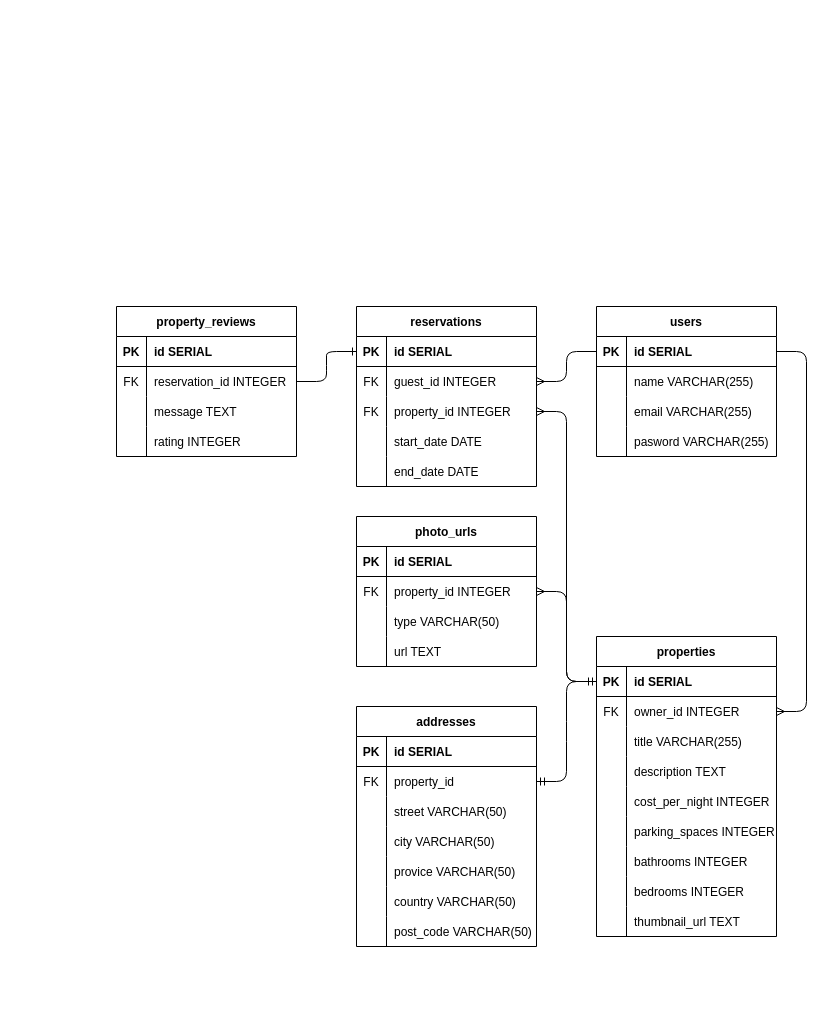
Before: lightBnB.drawio in Puzzlebottom/LightBnB, a draw.io diagram. Source tidied: cells renumbered, new cells numbered last; positions are measured from the earlier drawing's top-left corner, leaving out a move shared by most shapes. Both pictures are drawn from the tidied source at 100%, with x=0, y=0 at pixel (116, 306).
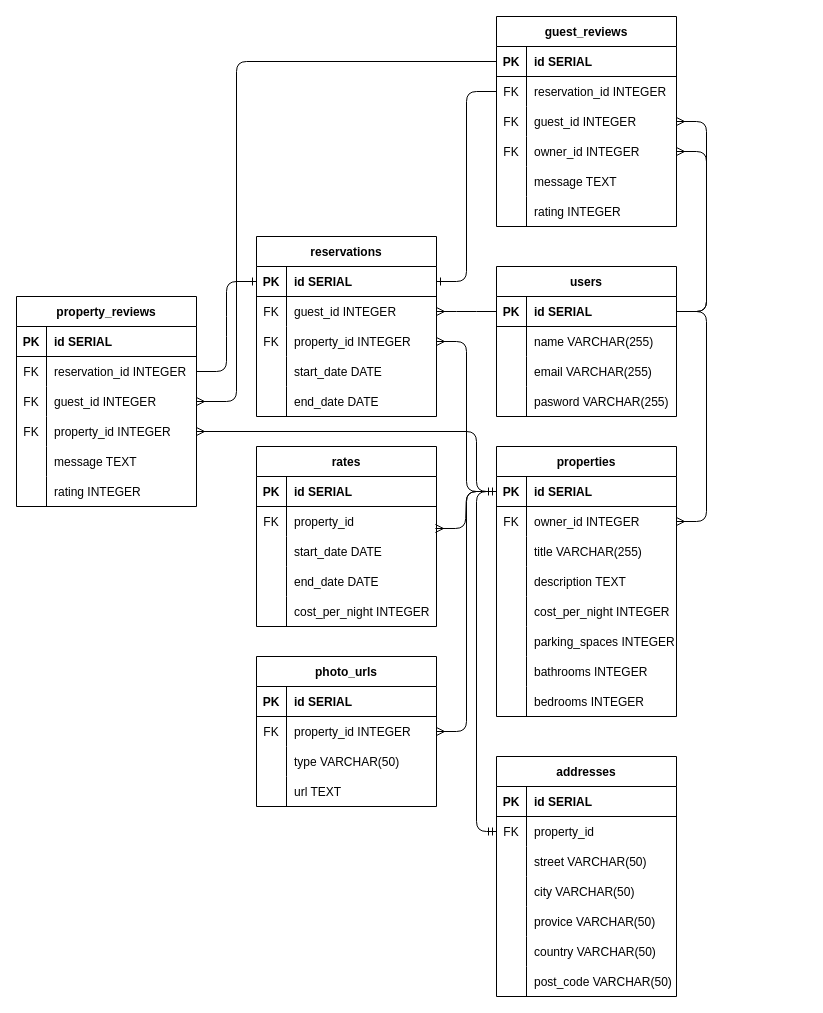
After the change.

The change refers to these unchanged cells:
```xml
<mxCell id="3" style="shape=tableRow;horizontal=0;startSize=0;swimlaneHead=0;swimlaneBody=0;fillColor=none;points=[[0,0.5],[1,0.5]];portConstraint=eastwest;top=0;left=0;right=0;bottom=1;" parent="2" vertex="1">
  <mxGeometry y="30" width="180" height="30" as="geometry" />
</mxCell>
<mxCell id="16" style="shape=tableRow;horizontal=0;startSize=0;swimlaneHead=0;swimlaneBody=0;fillColor=none;points=[[0,0.5],[1,0.5]];portConstraint=eastwest;top=0;left=0;right=0;bottom=1;" parent="15" vertex="1">
  <mxGeometry y="30" width="180" height="30" as="geometry" />
</mxCell>
<mxCell id="32" style="shape=tableRow;horizontal=0;startSize=0;swimlaneHead=0;swimlaneBody=0;fillColor=none;points=[[0,0.5],[1,0.5]];portConstraint=eastwest;top=0;left=0;right=0;bottom=1;" parent="31" vertex="1">
  <mxGeometry y="30" width="180" height="30" as="geometry" />
</mxCell>
<mxCell id="89" style="shape=tableRow;horizontal=0;startSize=0;swimlaneHead=0;swimlaneBody=0;fillColor=none;points=[[0,0.5],[1,0.5]];portConstraint=eastwest;top=0;left=0;right=0;bottom=0;strokeColor=default;" parent="85" vertex="1">
  <mxGeometry y="60" width="180" height="30" as="geometry" />
</mxCell>
```

Diff of the diagram source:
```diff
@@
     <mxCell id="2" value="users" style="shape=table;startSize=30;childLayout=tableLayout;rowLines=0;fontStyle=1;align=center;" parent="1" vertex="1">
-      <mxGeometry x="480" width="180" height="150" as="geometry" />
+      <mxGeometry x="380" y="-40" width="180" height="150" as="geometry" />
     </mxCell>
@@
     <mxCell id="15" value="reservations" style="shape=table;startSize=30;childLayout=tableLayout;rowLines=0;fontStyle=1;align=center;" parent="1" vertex="1">
-      <mxGeometry x="240" width="180" height="180" as="geometry" />
+      <mxGeometry x="140" y="-70" width="180" height="180" as="geometry" />
     </mxCell>
@@
     <mxCell id="31" value="properties" style="shape=table;startSize=30;childLayout=tableLayout;rowLines=0;fontStyle=1;align=center;" parent="1" vertex="1">
-      <mxGeometry x="480" y="330" width="180" height="300" as="geometry" />
+      <mxGeometry x="380" y="140" width="180" height="270" as="geometry" />
     </mxCell>
@@
-    <mxCell id="44" style="shape=tableRow;horizontal=0;startSize=0;swimlaneHead=0;swimlaneBody=0;fillColor=none;top=0;left=0;right=0;bottom=0;" parent="31" vertex="1">
-      <mxGeometry y="150" width="180" height="30" as="geometry" />
-    </mxCell>
-    <mxCell id="45" style="shape=partialRectangle;fillColor=none;top=0;left=0;bottom=0;right=0;overflow=hidden;" parent="44" vertex="1">
-      <mxGeometry width="30" height="30" as="geometry" />
-    </mxCell>
-    <mxCell id="46" value="cost_per_night INTEGER" style="shape=partialRectangle;fillColor=none;top=0;left=0;bottom=0;right=0;align=left;spacingLeft=6;overflow=hidden;" parent="44" vertex="1">
-      <mxGeometry x="30" width="150" height="30" as="geometry" />
-    </mxCell>
+    <mxCell id="113" style="shape=tableRow;horizontal=0;startSize=0;swimlaneHead=0;swimlaneBody=0;fillColor=none;top=0;left=0;right=0;bottom=0;" parent="31" vertex="1">
+      <mxGeometry y="150" width="180" height="30" as="geometry" />
+    </mxCell>
+    <mxCell id="114" style="shape=partialRectangle;fillColor=none;top=0;left=0;bottom=0;right=0;overflow=hidden;" parent="113" vertex="1">
+      <mxGeometry width="30" height="30" as="geometry" />
+    </mxCell>
+    <mxCell id="115" value="cost_per_night INTEGER" style="shape=partialRectangle;fillColor=none;top=0;left=0;bottom=0;right=0;align=left;spacingLeft=6;overflow=hidden;" parent="113" vertex="1">
+      <mxGeometry x="30" width="150" height="30" as="geometry" />
+    </mxCell>
@@
-    <mxCell id="56" style="shape=tableRow;horizontal=0;startSize=0;swimlaneHead=0;swimlaneBody=0;fillColor=none;top=0;left=0;right=0;bottom=0;" parent="31" vertex="1">
-      <mxGeometry y="270" width="180" height="30" as="geometry" />
-    </mxCell>
-    <mxCell id="57" style="shape=partialRectangle;fillColor=none;top=0;left=0;bottom=0;right=0;overflow=hidden;" parent="56" vertex="1">
-      <mxGeometry width="30" height="30" as="geometry" />
-    </mxCell>
-    <mxCell id="58" value="thumbnail_url TEXT" style="shape=partialRectangle;fillColor=none;top=0;left=0;bottom=0;right=0;align=left;spacingLeft=6;overflow=hidden;" parent="56" vertex="1">
-      <mxGeometry x="30" width="150" height="30" as="geometry" />
-    </mxCell>
     <mxCell id="59" value="property_reviews" style="shape=table;startSize=30;childLayout=tableLayout;rowLines=0;fontStyle=1;align=center;" parent="1" vertex="1">
-      <mxGeometry width="180" height="150" as="geometry" />
+      <mxGeometry x="-100" y="-10" width="180" height="210" as="geometry" />
     </mxCell>
@@
+    <mxCell id="116" style="shape=tableRow;horizontal=0;startSize=0;swimlaneHead=0;swimlaneBody=0;fillColor=none;points=[[0,0.5],[1,0.5]];portConstraint=eastwest;top=0;left=0;right=0;bottom=0;" parent="59" vertex="1">
+      <mxGeometry y="90" width="180" height="30" as="geometry" />
+    </mxCell>
+    <mxCell id="117" value="FK" style="shape=partialRectangle;fillColor=none;top=0;left=0;bottom=0;right=0;overflow=hidden;" parent="116" vertex="1">
+      <mxGeometry width="30" height="30" as="geometry" />
+    </mxCell>
+    <mxCell id="118" value="guest_id INTEGER" style="shape=partialRectangle;fillColor=none;top=0;left=0;bottom=0;right=0;align=left;spacingLeft=6;overflow=hidden;" parent="116" vertex="1">
+      <mxGeometry x="30" width="150" height="30" as="geometry" />
+    </mxCell>
+    <mxCell id="119" style="shape=tableRow;horizontal=0;startSize=0;swimlaneHead=0;swimlaneBody=0;fillColor=none;points=[[0,0.5],[1,0.5]];portConstraint=eastwest;top=0;left=0;right=0;bottom=0;" parent="59" vertex="1">
+      <mxGeometry y="120" width="180" height="30" as="geometry" />
+    </mxCell>
+    <mxCell id="120" value="FK" style="shape=partialRectangle;fillColor=none;top=0;left=0;bottom=0;right=0;overflow=hidden;" parent="119" vertex="1">
+      <mxGeometry width="30" height="30" as="geometry" />
+    </mxCell>
+    <mxCell id="121" value="property_id INTEGER" style="shape=partialRectangle;fillColor=none;top=0;left=0;bottom=0;right=0;align=left;spacingLeft=6;overflow=hidden;" parent="119" vertex="1">
+      <mxGeometry x="30" width="150" height="30" as="geometry" />
+    </mxCell>
     <mxCell id="66" style="shape=tableRow;horizontal=0;startSize=0;swimlaneHead=0;swimlaneBody=0;fillColor=none;top=0;left=0;right=0;bottom=0;" parent="59" vertex="1">
-      <mxGeometry y="90" width="180" height="30" as="geometry" />
+      <mxGeometry y="150" width="180" height="30" as="geometry" />
     </mxCell>
@@
     <mxCell id="69" style="shape=tableRow;horizontal=0;startSize=0;swimlaneHead=0;swimlaneBody=0;fillColor=none;top=0;left=0;right=0;bottom=0;" parent="59" vertex="1">
-      <mxGeometry y="120" width="180" height="30" as="geometry" />
+      <mxGeometry y="180" width="180" height="30" as="geometry" />
     </mxCell>
@@
     <mxCell id="72" value="photo_urls" style="shape=table;startSize=30;childLayout=tableLayout;rowLines=0;fontStyle=1;align=center;strokeColor=default;" parent="1" vertex="1">
-      <mxGeometry x="240" y="210" width="180" height="150" as="geometry" />
+      <mxGeometry x="140" y="350" width="180" height="150" as="geometry" />
     </mxCell>
@@
     <mxCell id="85" value="addresses" style="shape=table;startSize=30;childLayout=tableLayout;rowLines=0;fontStyle=1;align=center;strokeColor=default;" parent="1" vertex="1">
-      <mxGeometry x="240" y="400" width="180" height="240" as="geometry" />
+      <mxGeometry x="380" y="450" width="180" height="240" as="geometry" />
     </mxCell>
@@
-    <mxCell id="108" style="edgeStyle=entityRelationEdgeStyle;fontSize=12;html=1;endArrow=ERmandOne;startArrow=ERmandOne;entryX=0;entryY=0.5;entryDx=0;entryDy=0;exitX=1;exitY=0.5;exitDx=0;exitDy=0;" parent="1" edge="1" source="89" target="32">
-      <mxGeometry relative="1" as="geometry" />
+    <mxCell id="108" style="edgeStyle=elbowEdgeStyle;fontSize=12;html=1;endArrow=ERmandOne;startArrow=ERmandOne;entryX=0;entryY=0.5;entryDx=0;entryDy=0;exitX=0;exitY=0.5;exitDx=0;exitDy=0;" parent="1" edge="1" source="89" target="32">
+      <mxGeometry relative="1" as="geometry">
+        <Array as="points">
+          <mxPoint x="360" y="355" />
+        </Array>
+      </mxGeometry>
     </mxCell>
@@
+    <mxCell id="122" value="rates" style="shape=table;startSize=30;childLayout=tableLayout;rowLines=0;fontStyle=1;align=center;" parent="1" vertex="1">
+      <mxGeometry x="140" y="140" width="180" height="180" as="geometry" />
+    </mxCell>
+    <mxCell id="123" style="shape=tableRow;horizontal=0;startSize=0;swimlaneHead=0;swimlaneBody=0;fillColor=none;top=0;left=0;right=0;bottom=1;" parent="122" vertex="1">
+      <mxGeometry y="30" width="180" height="30" as="geometry" />
+    </mxCell>
+    <mxCell id="124" value="PK" style="shape=partialRectangle;fillColor=none;top=0;left=0;bottom=0;right=0;fontStyle=1;overflow=hidden;" parent="123" vertex="1">
+      <mxGeometry width="30" height="30" as="geometry" />
+    </mxCell>
+    <mxCell id="125" value="id SERIAL" style="shape=partialRectangle;fillColor=none;top=0;left=0;bottom=0;right=0;align=left;spacingLeft=6;fontStyle=1;overflow=hidden;" parent="123" vertex="1">
+      <mxGeometry x="30" width="150" height="30" as="geometry" />
+    </mxCell>
+    <mxCell id="126" style="shape=tableRow;horizontal=0;startSize=0;swimlaneHead=0;swimlaneBody=0;fillColor=none;points=[[0,0.5],[1,0.5]];portConstraint=eastwest;top=0;left=0;right=0;bottom=0;" parent="122" vertex="1">
+      <mxGeometry y="60" width="180" height="30" as="geometry" />
+    </mxCell>
+    <mxCell id="127" value="FK" style="shape=partialRectangle;fillColor=none;top=0;left=0;bottom=0;right=0;overflow=hidden;" parent="126" vertex="1">
+      <mxGeometry width="30" height="30" as="geometry" />
+    </mxCell>
+    <mxCell id="128" value="property_id" style="shape=partialRectangle;fillColor=none;top=0;left=0;bottom=0;right=0;align=left;spacingLeft=6;overflow=hidden;" parent="126" vertex="1">
+      <mxGeometry x="30" width="150" height="30" as="geometry" />
+    </mxCell>
+    <mxCell id="129" style="shape=tableRow;horizontal=0;startSize=0;swimlaneHead=0;swimlaneBody=0;fillColor=none;top=0;left=0;right=0;bottom=0;" parent="122" vertex="1">
+      <mxGeometry y="90" width="180" height="30" as="geometry" />
+    </mxCell>
+    <mxCell id="130" style="shape=partialRectangle;fillColor=none;top=0;left=0;bottom=0;right=0;overflow=hidden;" parent="129" vertex="1">
+      <mxGeometry width="30" height="30" as="geometry" />
+    </mxCell>
+    <mxCell id="131" value="start_date DATE" style="shape=partialRectangle;fillColor=none;top=0;left=0;bottom=0;right=0;align=left;spacingLeft=6;overflow=hidden;" parent="129" vertex="1">
+      <mxGeometry x="30" width="150" height="30" as="geometry" />
+    </mxCell>
+    <mxCell id="132" style="shape=tableRow;horizontal=0;startSize=0;swimlaneHead=0;swimlaneBody=0;fillColor=none;top=0;left=0;right=0;bottom=0;" parent="122" vertex="1">
+      <mxGeometry y="120" width="180" height="30" as="geometry" />
+    </mxCell>
+    <mxCell id="133" style="shape=partialRectangle;fillColor=none;top=0;left=0;bottom=0;right=0;overflow=hidden;" parent="132" vertex="1">
+      <mxGeometry width="30" height="30" as="geometry" />
+    </mxCell>
+    <mxCell id="134" value="end_date DATE" style="shape=partialRectangle;fillColor=none;top=0;left=0;bottom=0;right=0;align=left;spacingLeft=6;overflow=hidden;" parent="132" vertex="1">
+      <mxGeometry x="30" width="150" height="30" as="geometry" />
+    </mxCell>
+    <mxCell id="135" style="shape=tableRow;horizontal=0;startSize=0;swimlaneHead=0;swimlaneBody=0;fillColor=none;top=0;left=0;right=0;bottom=0;" parent="122" vertex="1">
+      <mxGeometry y="150" width="180" height="30" as="geometry" />
+    </mxCell>
+    <mxCell id="136" style="shape=partialRectangle;fillColor=none;top=0;left=0;bottom=0;right=0;overflow=hidden;" parent="135" vertex="1">
+      <mxGeometry width="30" height="30" as="geometry" />
+    </mxCell>
+    <mxCell id="137" value="cost_per_night INTEGER" style="shape=partialRectangle;fillColor=none;top=0;left=0;bottom=0;right=0;align=left;spacingLeft=6;overflow=hidden;" parent="135" vertex="1">
+      <mxGeometry x="30" width="150" height="30" as="geometry" />
+    </mxCell>
+    <mxCell id="138" style="edgeStyle=entityRelationEdgeStyle;fontSize=12;html=1;endArrow=ERmany;exitX=0;exitY=0.5;exitDx=0;exitDy=0;entryX=0.994;entryY=0.733;entryDx=0;entryDy=0;entryPerimeter=0;" parent="1" edge="1" source="32" target="126">
+      <mxGeometry relative="1" as="geometry" />
+    </mxCell>
+    <mxCell id="139" value="guest_reviews" style="shape=table;startSize=30;childLayout=tableLayout;rowLines=0;fontStyle=1;align=center;" parent="1" vertex="1">
+      <mxGeometry x="380" y="-290" width="180" height="210" as="geometry" />
+    </mxCell>
+    <mxCell id="140" style="shape=tableRow;horizontal=0;startSize=0;swimlaneHead=0;swimlaneBody=0;fillColor=none;points=[[0,0.5],[1,0.5]];portConstraint=eastwest;top=0;left=0;right=0;bottom=1;" parent="139" vertex="1">
+      <mxGeometry y="30" width="180" height="30" as="geometry" />
+    </mxCell>
+    <mxCell id="141" value="PK" style="shape=partialRectangle;fillColor=none;top=0;left=0;bottom=0;right=0;fontStyle=1;overflow=hidden;" parent="140" vertex="1">
+      <mxGeometry width="30" height="30" as="geometry" />
+    </mxCell>
+    <mxCell id="142" value="id SERIAL" style="shape=partialRectangle;fillColor=none;top=0;left=0;bottom=0;right=0;align=left;spacingLeft=6;fontStyle=1;overflow=hidden;" parent="140" vertex="1">
+      <mxGeometry x="30" width="150" height="30" as="geometry" />
+    </mxCell>
+    <mxCell id="143" style="shape=tableRow;horizontal=0;startSize=0;swimlaneHead=0;swimlaneBody=0;fillColor=none;points=[[0,0.5],[1,0.5]];portConstraint=eastwest;top=0;left=0;right=0;bottom=0;" parent="139" vertex="1">
+      <mxGeometry y="60" width="180" height="30" as="geometry" />
+    </mxCell>
+    <mxCell id="144" value="FK" style="shape=partialRectangle;fillColor=none;top=0;left=0;bottom=0;right=0;overflow=hidden;" parent="143" vertex="1">
+      <mxGeometry width="30" height="30" as="geometry" />
+    </mxCell>
+    <mxCell id="145" value="reservation_id INTEGER" style="shape=partialRectangle;fillColor=none;top=0;left=0;bottom=0;right=0;align=left;spacingLeft=6;overflow=hidden;" parent="143" vertex="1">
+      <mxGeometry x="30" width="150" height="30" as="geometry" />
+    </mxCell>
+    <mxCell id="146" style="shape=tableRow;horizontal=0;startSize=0;swimlaneHead=0;swimlaneBody=0;fillColor=none;points=[[0,0.5],[1,0.5]];portConstraint=eastwest;top=0;left=0;right=0;bottom=0;" parent="139" vertex="1">
+      <mxGeometry y="90" width="180" height="30" as="geometry" />
+    </mxCell>
+    <mxCell id="147" value="FK" style="shape=partialRectangle;fillColor=none;top=0;left=0;bottom=0;right=0;overflow=hidden;" parent="146" vertex="1">
+      <mxGeometry width="30" height="30" as="geometry" />
+    </mxCell>
+    <mxCell id="148" value="guest_id INTEGER" style="shape=partialRectangle;fillColor=none;top=0;left=0;bottom=0;right=0;align=left;spacingLeft=6;overflow=hidden;" parent="146" vertex="1">
+      <mxGeometry x="30" width="150" height="30" as="geometry" />
+    </mxCell>
+    <mxCell id="149" style="shape=tableRow;horizontal=0;startSize=0;swimlaneHead=0;swimlaneBody=0;fillColor=none;points=[[0,0.5],[1,0.5]];portConstraint=eastwest;top=0;left=0;right=0;bottom=0;" parent="139" vertex="1">
+      <mxGeometry y="120" width="180" height="30" as="geometry" />
+    </mxCell>
+    <mxCell id="150" value="FK" style="shape=partialRectangle;fillColor=none;top=0;left=0;bottom=0;right=0;overflow=hidden;" parent="149" vertex="1">
+      <mxGeometry width="30" height="30" as="geometry" />
+    </mxCell>
+    <mxCell id="151" value="owner_id INTEGER" style="shape=partialRectangle;fillColor=none;top=0;left=0;bottom=0;right=0;align=left;spacingLeft=6;overflow=hidden;" parent="149" vertex="1">
+      <mxGeometry x="30" width="150" height="30" as="geometry" />
+    </mxCell>
+    <mxCell id="152" style="shape=tableRow;horizontal=0;startSize=0;swimlaneHead=0;swimlaneBody=0;fillColor=none;top=0;left=0;right=0;bottom=0;" parent="139" vertex="1">
+      <mxGeometry y="150" width="180" height="30" as="geometry" />
+    </mxCell>
+    <mxCell id="153" style="shape=partialRectangle;fillColor=none;top=0;left=0;bottom=0;right=0;overflow=hidden;" parent="152" vertex="1">
+      <mxGeometry width="30" height="30" as="geometry" />
+    </mxCell>
+    <mxCell id="154" value="message TEXT" style="shape=partialRectangle;fillColor=none;top=0;left=0;bottom=0;right=0;align=left;spacingLeft=6;overflow=hidden;" parent="152" vertex="1">
+      <mxGeometry x="30" width="150" height="30" as="geometry" />
+    </mxCell>
+    <mxCell id="155" style="shape=tableRow;horizontal=0;startSize=0;swimlaneHead=0;swimlaneBody=0;fillColor=none;top=0;left=0;right=0;bottom=0;" parent="139" vertex="1">
+      <mxGeometry y="180" width="180" height="30" as="geometry" />
+    </mxCell>
+    <mxCell id="156" style="shape=partialRectangle;fillColor=none;top=0;left=0;bottom=0;right=0;overflow=hidden;" parent="155" vertex="1">
+      <mxGeometry width="30" height="30" as="geometry" />
+    </mxCell>
+    <mxCell id="157" value="rating INTEGER" style="shape=partialRectangle;fillColor=none;top=0;left=0;bottom=0;right=0;align=left;spacingLeft=6;overflow=hidden;" parent="155" vertex="1">
+      <mxGeometry x="30" width="150" height="30" as="geometry" />
+    </mxCell>
+    <mxCell id="158" style="edgeStyle=entityRelationEdgeStyle;fontSize=12;html=1;endArrow=ERone;endFill=1;entryX=1;entryY=0.5;entryDx=0;entryDy=0;exitX=0;exitY=0.5;exitDx=0;exitDy=0;" parent="1" edge="1" source="143" target="16">
+      <mxGeometry relative="1" as="geometry" />
+    </mxCell>
+    <mxCell id="159" style="edgeStyle=orthogonalEdgeStyle;fontSize=12;html=1;endArrow=ERmany;entryX=1;entryY=0.5;entryDx=0;entryDy=0;exitX=0;exitY=0.5;exitDx=0;exitDy=0;" parent="1" edge="1" source="140" target="116">
+      <mxGeometry relative="1" as="geometry">
+        <Array as="points">
+          <mxPoint x="120" y="-245" />
+          <mxPoint x="120" y="95" />
+        </Array>
+      </mxGeometry>
+    </mxCell>
+    <mxCell id="160" style="edgeStyle=orthogonalEdgeStyle;fontSize=12;html=1;endArrow=ERmany;entryX=1;entryY=0.5;entryDx=0;entryDy=0;exitX=0;exitY=0.5;exitDx=0;exitDy=0;" parent="1" edge="1" source="32" target="119">
+      <mxGeometry relative="1" as="geometry">
+        <Array as="points">
+          <mxPoint x="360" y="185" />
+          <mxPoint x="360" y="125" />
+        </Array>
+      </mxGeometry>
+    </mxCell>
+    <mxCell id="161" style="edgeStyle=entityRelationEdgeStyle;fontSize=12;html=1;endArrow=ERmany;entryX=1;entryY=0.5;entryDx=0;entryDy=0;" parent="1" edge="1" target="146">
+      <mxGeometry relative="1" as="geometry">
+        <mxPoint x="560" y="5" as="sourcePoint" />
+      </mxGeometry>
+    </mxCell>
+    <mxCell id="162" style="edgeStyle=entityRelationEdgeStyle;fontSize=12;html=1;endArrow=ERmany;entryX=1;entryY=0.5;entryDx=0;entryDy=0;exitX=1;exitY=0.5;exitDx=0;exitDy=0;" parent="1" edge="1" source="3" target="149">
+      <mxGeometry relative="1" as="geometry" />
+    </mxCell>
```
